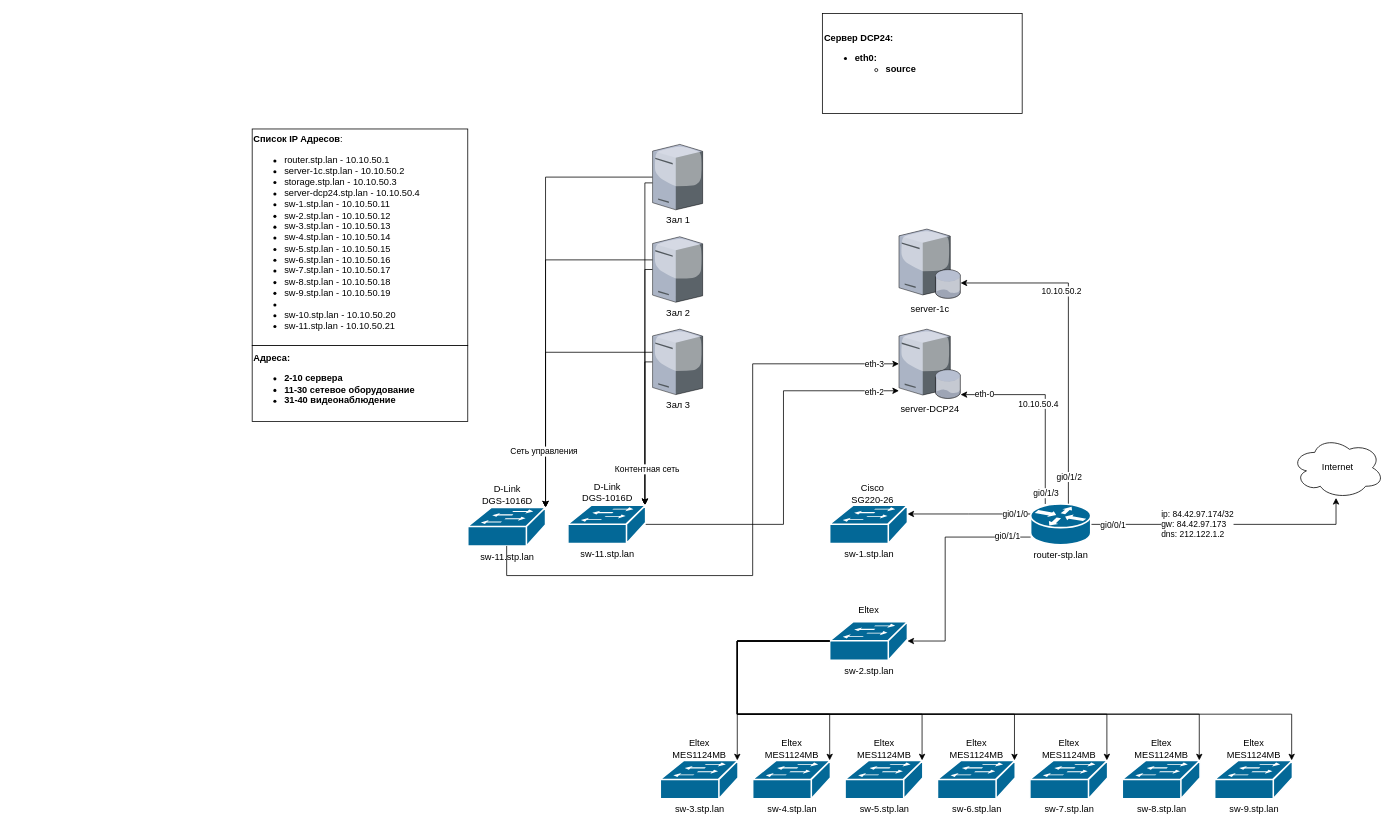
Above: network-map.drawio in lex1010011010/kino-khv (draw.io), before the change. Source tidied: cells renumbered, new cells numbered last; positions are measured from the earlier drawing's top-left corner, leaving out a move shared by most shapes. Both pictures are drawn from the tidied source at 77%, with x=0, y=0 at pixel (252, 13).
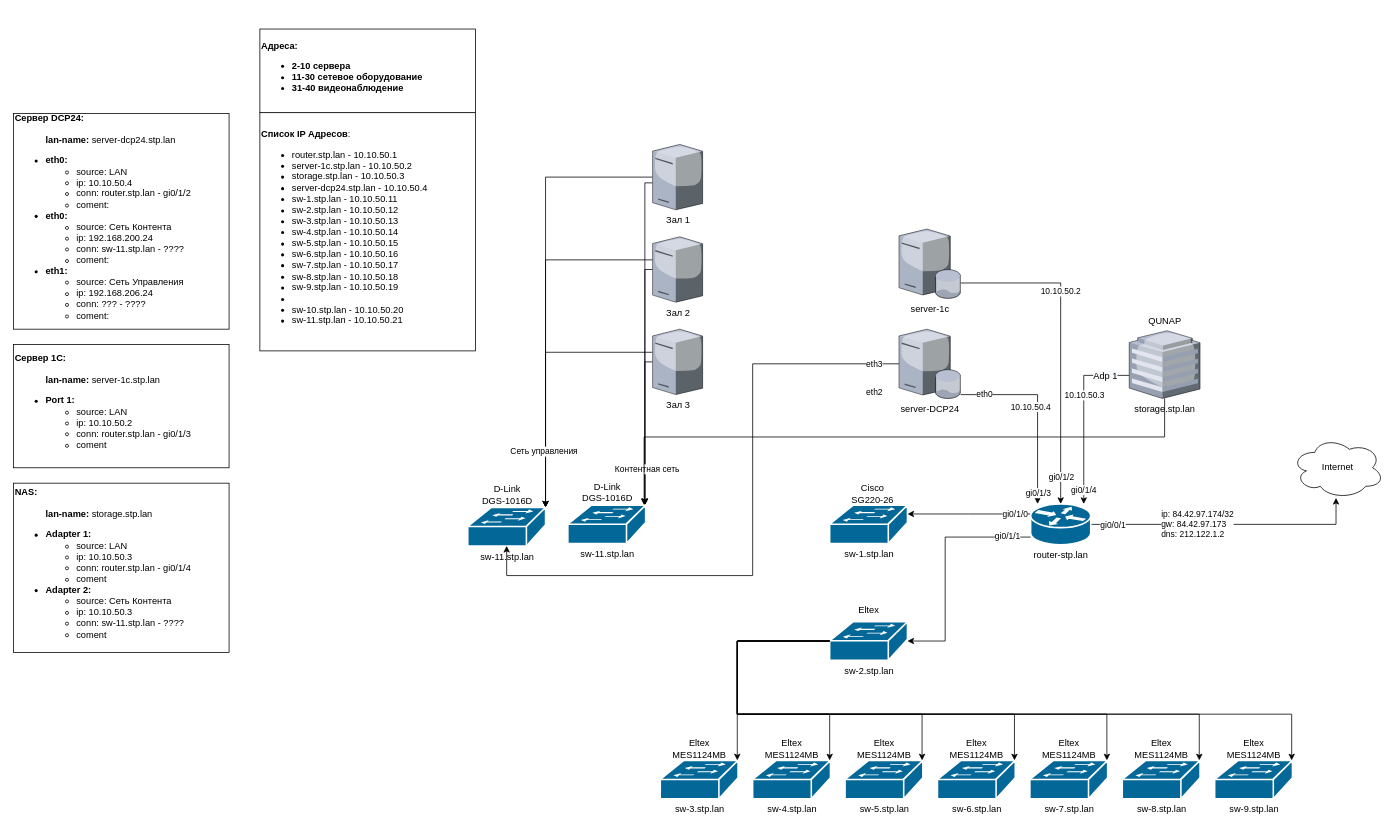
Above is the later version.

The change refers to these unchanged cells:
```xml
<mxCell id="16" value="router-stp.lan" style="shape=mxgraph.cisco.routers.router;sketch=0;html=1;dashed=0;fillColor=#036897;strokeColor=#ffffff;strokeWidth=2;verticalLabelPosition=bottom;verticalAlign=top;align=center;outlineConnect=0;" parent="1" vertex="1">
  <mxGeometry x="1011" y="637" width="78" height="53" as="geometry" />
</mxCell>
<mxCell id="20" value="server-1c" style="verticalLabelPosition=bottom;sketch=0;html=1;verticalAlign=top;strokeColor=none;align=center;outlineConnect=0;shape=mxgraph.citrix.database_server;" parent="1" vertex="1">
  <mxGeometry x="840" y="280" width="80" height="90" as="geometry" />
</mxCell>
<mxCell id="21" value="server-DCP24" style="verticalLabelPosition=bottom;sketch=0;html=1;verticalAlign=top;strokeColor=none;align=center;outlineConnect=0;shape=mxgraph.citrix.database_server;" parent="1" vertex="1">
  <mxGeometry x="840" y="410" width="80" height="90" as="geometry" />
</mxCell>
<mxCell id="71" value="sw-11.stp.lan" style="shape=mxgraph.cisco.switches.workgroup_switch;sketch=0;html=1;dashed=0;fillColor=#036897;strokeColor=#ffffff;strokeWidth=2;verticalLabelPosition=bottom;verticalAlign=top;align=center;outlineConnect=0;" parent="70" vertex="1">
  <mxGeometry y="31.5" width="101" height="50" as="geometry" />
</mxCell>
<mxCell id="74" value="sw-11.stp.lan" style="shape=mxgraph.cisco.switches.workgroup_switch;sketch=0;html=1;dashed=0;fillColor=#036897;strokeColor=#ffffff;strokeWidth=2;verticalLabelPosition=bottom;verticalAlign=top;align=center;outlineConnect=0;" parent="73" vertex="1">
  <mxGeometry y="31.5" width="101" height="50" as="geometry" />
</mxCell>
```

Diff of the diagram source:
```diff
@@
-    <mxCell id="5" style="edgeStyle=orthogonalEdgeStyle;rounded=0;jettySize=auto;html=1;" parent="1" edge="1" source="16" target="20">
+    <mxCell id="5" style="edgeStyle=orthogonalEdgeStyle;rounded=0;jettySize=auto;html=1;endArrow=none;endFill=0;startArrow=classic;startFill=1;" parent="1" edge="1" source="16" target="20">
       <mxGeometry relative="1" as="geometry">
         <Array as="points">
-          <mxPoint x="1060" y="350" />
+          <mxPoint x="1050" y="350" />
         </Array>
       </mxGeometry>
     </mxCell>
@@
-    <mxCell id="8" style="edgeStyle=orthogonalEdgeStyle;rounded=0;jettySize=auto;html=1;" parent="1" edge="1" source="16" target="21">
+    <mxCell id="8" style="edgeStyle=orthogonalEdgeStyle;rounded=0;jettySize=auto;html=1;endArrow=none;endFill=0;startArrow=classic;startFill=1;" parent="1" edge="1" source="16" target="21">
       <mxGeometry relative="1" as="geometry">
         <Array as="points">
-          <mxPoint x="1030" y="495" />
+          <mxPoint x="1020" y="495" />
         </Array>
       </mxGeometry>
     </mxCell>
@@
-    <mxCell id="10" value="eth-0" style="edgeLabel;html=1;align=center;verticalAlign=middle;" parent="8" vertex="1">
+    <mxCell id="10" value="eth0" style="edgeLabel;html=1;align=center;verticalAlign=middle;" parent="8" vertex="1">
       <mxGeometry x="0.83" y="-1" relative="1" as="geometry">
         <mxPoint x="9" as="offset" />
       </mxGeometry>
     </mxCell>
@@
+    <mxCell id="79" style="edgeStyle=orthogonalEdgeStyle;rounded=0;jettySize=auto;html=1;endArrow=none;endFill=0;startArrow=classic;startFill=1;" parent="1" edge="1" source="16" target="87">
+      <mxGeometry relative="1" as="geometry">
+        <Array as="points">
+          <mxPoint x="1080" y="470" />
+        </Array>
+      </mxGeometry>
+    </mxCell>
+    <mxCell id="80" value="gi0/1/4" style="edgeLabel;html=1;align=center;verticalAlign=middle;" parent="79" vertex="1">
+      <mxGeometry x="-0.83" y="1" relative="1" as="geometry" />
+    </mxCell>
+    <mxCell id="81" value="10.10.50.3" style="edgeLabel;html=1;align=center;verticalAlign=middle;" parent="79" vertex="1">
+      <mxGeometry x="0.26" relative="1" as="geometry" />
+    </mxCell>
+    <mxCell id="82" value="&lt;span style=&quot;font-size: 12px ; text-align: left ; background-color: rgb(248 , 249 , 250)&quot;&gt;Adp 1&lt;/span&gt;" style="edgeLabel;html=1;align=center;verticalAlign=middle;" parent="79" vertex="1">
+      <mxGeometry x="0.63" relative="1" as="geometry">
+        <mxPoint x="10" as="offset" />
+      </mxGeometry>
+    </mxCell>
@@
-    <mxCell id="17" style="edgeStyle=orthogonalEdgeStyle;rounded=0;jettySize=auto;html=1;" parent="1" edge="1" source="71" target="21">
+    <mxCell id="17" style="edgeStyle=orthogonalEdgeStyle;rounded=0;jettySize=auto;html=1;strokeColor=none;endArrow=none;endFill=0;startArrow=classic;startFill=1;" parent="1" edge="1" source="71" target="21">
       <mxGeometry relative="1" as="geometry">
         <Array as="points">
           <mxPoint x="690" y="663" />
           <mxPoint x="690" y="490" />
         </Array>
       </mxGeometry>
     </mxCell>
-    <mxCell id="18" value="eth-2" style="edgeLabel;html=1;align=center;verticalAlign=middle;" parent="17" vertex="1">
+    <mxCell id="18" value="eth2" style="edgeLabel;html=1;align=center;verticalAlign=middle;" parent="17" vertex="1">
       <mxGeometry x="0.87" y="-1" relative="1" as="geometry" />
     </mxCell>
@@
-    <mxCell id="33" style="group;" parent="1" vertex="1">
-      <mxGeometry y="180" width="280" height="350" as="geometry" />
-    </mxCell>
-    <mxCell id="34" value="&lt;b&gt;Список IP Адресов&lt;/b&gt;:&lt;br&gt;&lt;ul&gt;&lt;li&gt;router.stp.lan - 10.10.50.1&lt;/li&gt;&lt;li&gt;server-1c.stp.lan - 10.10.50.2&lt;/li&gt;&lt;li&gt;storage.stp.lan - 10.10.50.3&lt;/li&gt;&lt;li&gt;server-dcp24.stp.lan - 10.10.50.4&lt;/li&gt;&lt;li&gt;sw-1.stp.lan - 10.10.50.11&lt;/li&gt;&lt;li&gt;sw-2.stp.lan - 10.10.50.12&lt;/li&gt;&lt;li&gt;sw-3.stp.lan - 10.10.50.13&lt;/li&gt;&lt;li&gt;sw-4.stp.lan - 10.10.50.14&lt;/li&gt;&lt;li&gt;sw-5.stp.lan - 10.10.50.15&lt;/li&gt;&lt;li&gt;sw-6.stp.lan - 10.10.50.16&lt;/li&gt;&lt;li&gt;sw-7.stp.lan - 10.10.50.17&lt;/li&gt;&lt;li&gt;sw-8.stp.lan - 10.10.50.18&lt;/li&gt;&lt;li&gt;sw-9.stp.lan - 10.10.50.19&lt;/li&gt;&lt;li&gt;&lt;br&gt;&lt;/li&gt;&lt;li&gt;sw-10.stp.lan - 10.10.50.20&lt;/li&gt;&lt;li&gt;sw-11.stp.lan - 10.10.50.21&lt;/li&gt;&lt;/ul&gt;" style="rounded=0;whiteSpace=wrap;html=1;align=left;" parent="33" vertex="1">
-      <mxGeometry y="-30" width="280" height="281.3" as="geometry" />
-    </mxCell>
-    <mxCell id="35" value="&lt;b&gt;Адреса:&lt;br&gt;&lt;/b&gt;&lt;b&gt;&lt;ul&gt;&lt;li&gt;&lt;span style=&quot;font-weight: bold&quot;&gt;2-10 сервера&lt;/span&gt;&lt;/li&gt;&lt;li&gt;&lt;span&gt;11-30 сетевое оборудование&lt;/span&gt;&lt;/li&gt;&lt;li&gt;&lt;span&gt;31-40 видеонаблюдение&lt;/span&gt;&lt;/li&gt;&lt;/ul&gt;&lt;/b&gt;" style="rounded=0;whiteSpace=wrap;html=1;align=left;" parent="33" vertex="1">
-      <mxGeometry y="251.3" width="280" height="98.7" as="geometry" />
-    </mxCell>
@@
-    <mxCell id="76" style="edgeStyle=orthogonalEdgeStyle;rounded=0;jettySize=auto;html=1;" parent="1" edge="1" source="74" target="21">
+    <mxCell id="76" style="edgeStyle=orthogonalEdgeStyle;rounded=0;jettySize=auto;html=1;endArrow=none;endFill=0;startArrow=classic;startFill=1;" parent="1" edge="1" source="74" target="21">
       <mxGeometry relative="1" as="geometry">
         <Array as="points">
           <mxPoint x="331" y="730" />
           <mxPoint x="650" y="730" />
           <mxPoint x="650" y="455" />
         </Array>
       </mxGeometry>
     </mxCell>
-    <mxCell id="77" value="eth-3" style="edgeLabel;html=1;align=center;verticalAlign=middle;" parent="76" vertex="1">
+    <mxCell id="77" value="eth3" style="edgeLabel;html=1;align=center;verticalAlign=middle;" parent="76" vertex="1">
       <mxGeometry x="0.91" y="-1" relative="1" as="geometry">
         <mxPoint x="4" y="-1" as="offset" />
       </mxGeometry>
     </mxCell>
-    <mxCell id="78" value="&lt;div&gt;&lt;b&gt;Сервер DCP24:&lt;/b&gt;&lt;/div&gt;&lt;b&gt;&lt;div&gt;&lt;ul&gt;&lt;li&gt;&lt;b&gt;eth0:&lt;/b&gt;&lt;/li&gt;&lt;ul&gt;&lt;li&gt;source&lt;/li&gt;&lt;/ul&gt;&lt;/ul&gt;&lt;/div&gt;&lt;span style=&quot;white-space: pre&quot;&gt; &lt;/span&gt;&lt;span style=&quot;white-space: pre&quot;&gt; &lt;/span&gt;&lt;br&gt;&lt;/b&gt;" style="rounded=0;whiteSpace=wrap;html=1;align=left;" parent="1" vertex="1">
-      <mxGeometry x="740.5" width="259.5" height="130" as="geometry" />
+    <mxCell id="78" value="&lt;div&gt;&lt;b&gt;Сервер DCP24:&lt;/b&gt;&lt;/div&gt;&lt;div&gt;&lt;b&gt;&lt;br&gt;&lt;/b&gt;&lt;/div&gt;&lt;blockquote style=&quot;margin: 0 0 0 40px ; border: none ; padding: 0px&quot;&gt;&lt;div&gt;&lt;b&gt;lan-name: &lt;/b&gt;server-dcp24.stp.lan&lt;/div&gt;&lt;/blockquote&gt;&lt;div&gt;&lt;ul&gt;&lt;li style=&quot;font-weight: bold&quot;&gt;&lt;b&gt;eth0:&lt;/b&gt;&lt;/li&gt;&lt;ul&gt;&lt;li&gt;source: LAN&lt;/li&gt;&lt;li&gt;ip: 10.10.50.4&lt;/li&gt;&lt;li&gt;conn: router.stp.lan - gi0/1/2&lt;/li&gt;&lt;li&gt;coment:&lt;/li&gt;&lt;/ul&gt;&lt;li style=&quot;font-weight: bold&quot;&gt;&lt;b&gt;eth0:&lt;/b&gt;&lt;/li&gt;&lt;ul&gt;&lt;li&gt;source: Сеть Контента&lt;/li&gt;&lt;li&gt;ip: 192.168.200.24&lt;/li&gt;&lt;li&gt;conn: sw-11.stp.lan - ????&lt;/li&gt;&lt;li&gt;coment:&lt;/li&gt;&lt;/ul&gt;&lt;li style=&quot;font-weight: bold&quot;&gt;&lt;b&gt;eth1:&lt;/b&gt;&lt;/li&gt;&lt;ul&gt;&lt;li&gt;source: Сеть Управления&lt;/li&gt;&lt;li&gt;ip: 192.168.206.24&lt;/li&gt;&lt;li&gt;conn: ??? - ????&lt;/li&gt;&lt;li&gt;coment:&lt;/li&gt;&lt;/ul&gt;&lt;/ul&gt;&lt;/div&gt;&lt;span style=&quot;font-weight: bold&quot;&gt; &lt;/span&gt;&lt;span style=&quot;font-weight: bold&quot;&gt; &lt;/span&gt;" style="rounded=0;whiteSpace=wrap;html=1;align=left;" parent="1" vertex="1">
+      <mxGeometry x="-310" y="130" width="280" height="280" as="geometry" />
     </mxCell>
+    <mxCell id="83" value="&lt;div&gt;&lt;b&gt;Сервер 1C:&lt;/b&gt;&lt;/div&gt;&lt;div&gt;&lt;b&gt;&lt;br&gt;&lt;/b&gt;&lt;/div&gt;&lt;blockquote style=&quot;margin: 0 0 0 40px ; border: none ; padding: 0px&quot;&gt;&lt;div&gt;&lt;b&gt;lan-name: &lt;/b&gt;server-1c.stp.lan&lt;/div&gt;&lt;/blockquote&gt;&lt;div&gt;&lt;ul&gt;&lt;li&gt;&lt;b&gt;Port 1:&lt;/b&gt;&lt;/li&gt;&lt;ul&gt;&lt;li&gt;source: LAN&lt;/li&gt;&lt;li&gt;ip: 10.10.50.2&lt;/li&gt;&lt;li&gt;conn: router.stp.lan - gi0/1/3&lt;/li&gt;&lt;li&gt;coment&lt;/li&gt;&lt;/ul&gt;&lt;/ul&gt;&lt;/div&gt;&lt;span style=&quot;font-weight: bold&quot;&gt; &lt;/span&gt;&lt;span style=&quot;font-weight: bold&quot;&gt; &lt;/span&gt;" style="rounded=0;whiteSpace=wrap;html=1;align=left;" parent="1" vertex="1">
+      <mxGeometry x="-310" y="430" width="280" height="160" as="geometry" />
+    </mxCell>
+    <mxCell id="84" style="group;" parent="1" vertex="1">
+      <mxGeometry x="10" y="20.2" width="280" height="418" as="geometry" />
+    </mxCell>
+    <mxCell id="34" value="&lt;b&gt;Список IP Адресов&lt;/b&gt;:&lt;br&gt;&lt;ul&gt;&lt;li&gt;router.stp.lan - 10.10.50.1&lt;/li&gt;&lt;li&gt;server-1c.stp.lan - 10.10.50.2&lt;/li&gt;&lt;li&gt;storage.stp.lan - 10.10.50.3&lt;/li&gt;&lt;li&gt;server-dcp24.stp.lan - 10.10.50.4&lt;/li&gt;&lt;li&gt;sw-1.stp.lan - 10.10.50.11&lt;/li&gt;&lt;li&gt;sw-2.stp.lan - 10.10.50.12&lt;/li&gt;&lt;li&gt;sw-3.stp.lan - 10.10.50.13&lt;/li&gt;&lt;li&gt;sw-4.stp.lan - 10.10.50.14&lt;/li&gt;&lt;li&gt;sw-5.stp.lan - 10.10.50.15&lt;/li&gt;&lt;li&gt;sw-6.stp.lan - 10.10.50.16&lt;/li&gt;&lt;li&gt;sw-7.stp.lan - 10.10.50.17&lt;/li&gt;&lt;li&gt;sw-8.stp.lan - 10.10.50.18&lt;/li&gt;&lt;li&gt;sw-9.stp.lan - 10.10.50.19&lt;/li&gt;&lt;li&gt;&lt;br&gt;&lt;/li&gt;&lt;li&gt;sw-10.stp.lan - 10.10.50.20&lt;/li&gt;&lt;li&gt;sw-11.stp.lan - 10.10.50.21&lt;/li&gt;&lt;/ul&gt;" style="rounded=0;whiteSpace=wrap;html=1;align=left;" parent="84" vertex="1">
+      <mxGeometry y="108.6" width="280" height="309.4" as="geometry" />
+    </mxCell>
+    <mxCell id="35" value="&lt;b&gt;Адреса:&lt;br&gt;&lt;/b&gt;&lt;b&gt;&lt;ul&gt;&lt;li&gt;&lt;span style=&quot;font-weight: bold&quot;&gt;2-10 сервера&lt;/span&gt;&lt;/li&gt;&lt;li&gt;&lt;span&gt;11-30 сетевое оборудование&lt;/span&gt;&lt;/li&gt;&lt;li&gt;&lt;span&gt;31-40 видеонаблюдение&lt;/span&gt;&lt;/li&gt;&lt;/ul&gt;&lt;/b&gt;" style="rounded=0;whiteSpace=wrap;html=1;align=left;" parent="84" vertex="1">
+      <mxGeometry width="280" height="108.6" as="geometry" />
+    </mxCell>
+    <mxCell id="85" value="&lt;div&gt;&lt;b&gt;NAS:&lt;/b&gt;&lt;/div&gt;&lt;div&gt;&lt;b&gt;&lt;br&gt;&lt;/b&gt;&lt;/div&gt;&lt;blockquote style=&quot;margin: 0 0 0 40px ; border: none ; padding: 0px&quot;&gt;&lt;div&gt;&lt;b&gt;lan-name: &lt;/b&gt;storage.stp.lan&lt;/div&gt;&lt;/blockquote&gt;&lt;div&gt;&lt;ul&gt;&lt;li&gt;&lt;b&gt;Adapter 1:&lt;/b&gt;&lt;/li&gt;&lt;ul&gt;&lt;li&gt;source: LAN&lt;/li&gt;&lt;li&gt;ip: 10.10.50.3&lt;/li&gt;&lt;li&gt;conn: router.stp.lan - gi0/1/4&lt;/li&gt;&lt;li&gt;coment&lt;/li&gt;&lt;/ul&gt;&lt;li&gt;&lt;b&gt;Adapter 2:&lt;/b&gt;&lt;/li&gt;&lt;ul&gt;&lt;li&gt;source: Сеть Контента&lt;/li&gt;&lt;li&gt;ip: 10.10.50.3&lt;/li&gt;&lt;li&gt;conn: sw-11.stp.lan - ????&lt;/li&gt;&lt;li&gt;coment&lt;/li&gt;&lt;/ul&gt;&lt;/ul&gt;&lt;/div&gt;&lt;span style=&quot;font-weight: bold&quot;&gt; &lt;/span&gt;&lt;span style=&quot;font-weight: bold&quot;&gt; &lt;/span&gt;" style="rounded=0;whiteSpace=wrap;html=1;align=left;" parent="1" vertex="1">
+      <mxGeometry x="-310" y="610" width="280" height="220" as="geometry" />
+    </mxCell>
+    <mxCell id="86" style="group;" parent="1" vertex="1">
+      <mxGeometry x="1139" y="390" width="92" height="110" as="geometry" />
+    </mxCell>
+    <mxCell id="87" value="storage.stp.lan" style="verticalLabelPosition=bottom;sketch=0;html=1;verticalAlign=top;strokeColor=none;align=center;outlineConnect=0;shape=mxgraph.citrix.hq_enterprise;rounded=0;" parent="86" vertex="1">
+      <mxGeometry y="22" width="92" height="88" as="geometry" />
+    </mxCell>
+    <mxCell id="88" value="QUNAP" style="text;html=1;align=center;verticalAlign=middle;strokeColor=none;fillColor=none;" parent="86" vertex="1">
+      <mxGeometry x="16" width="60" height="20" as="geometry" />
+    </mxCell>
+    <mxCell id="89" style="edgeStyle=orthogonalEdgeStyle;rounded=0;jettySize=auto;html=1;fontStyle=0;" parent="1" edge="1" source="87" target="71">
+      <mxGeometry relative="1" as="geometry">
+        <Array as="points">
+          <mxPoint x="1185" y="550" />
+          <mxPoint x="509" y="550" />
+        </Array>
+      </mxGeometry>
+    </mxCell>
```
